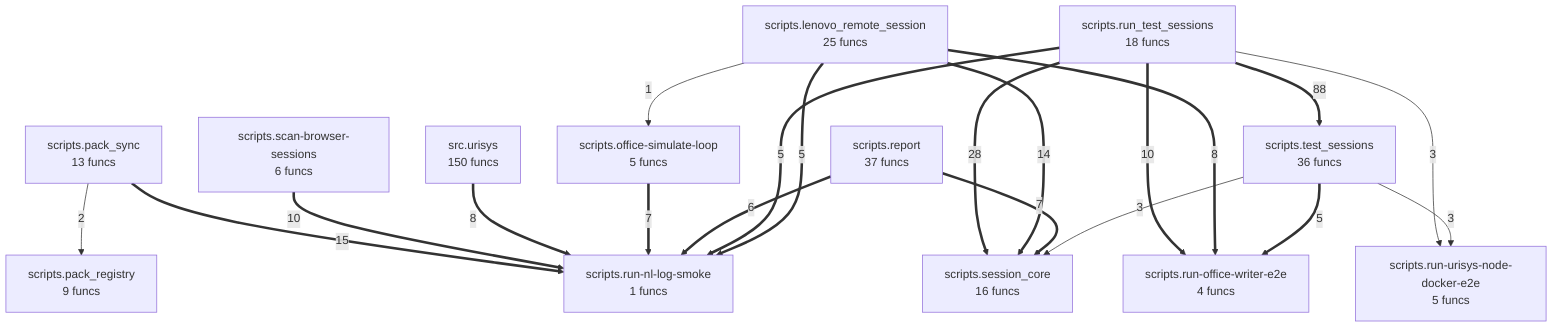
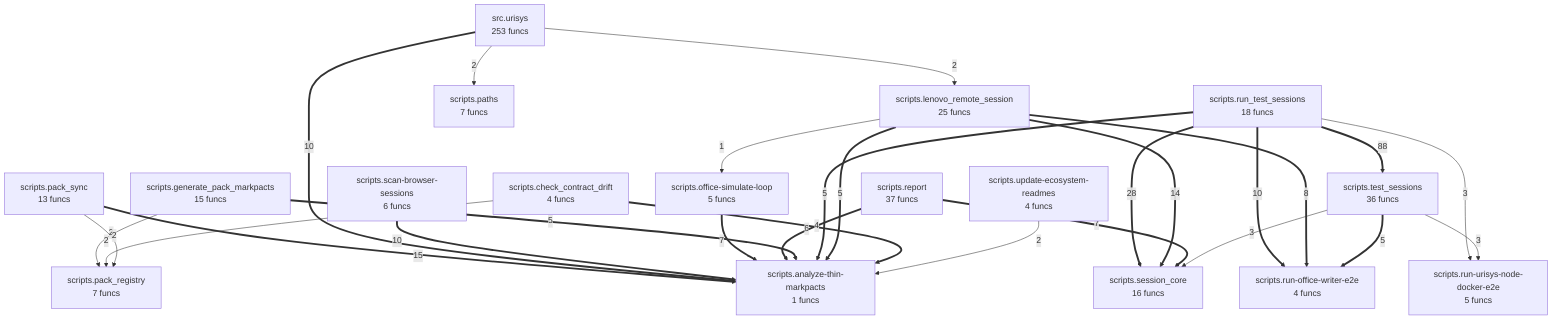
flowchart TD
- %% generated in 0.01s
+ %% generated in 0.02s
+     scripts__analyze_thin_markpacts["scripts.analyze-thin-markpacts<br/>1 funcs"]
+     scripts__check_contract_drift["scripts.check_contract_drift<br/>4 funcs"]
+     scripts__generate_pack_markpacts["scripts.generate_pack_markpacts<br/>15 funcs"]
    scripts__lenovo_remote_session["scripts.lenovo_remote_session<br/>25 funcs"]
    scripts__office_simulate_loop["scripts.office-simulate-loop<br/>5 funcs"]
-     scripts__pack_registry["scripts.pack_registry<br/>9 funcs"]
+     scripts__pack_registry["scripts.pack_registry<br/>7 funcs"]
    scripts__pack_sync["scripts.pack_sync<br/>13 funcs"]
+     scripts__paths["scripts.paths<br/>7 funcs"]
    scripts__report["scripts.report<br/>37 funcs"]
-     scripts__run_nl_log_smoke["scripts.run-nl-log-smoke<br/>1 funcs"]
    scripts__run_office_writer_e2e["scripts.run-office-writer-e2e<br/>4 funcs"]
    scripts__run_urisys_node_docker_e2e["scripts.run-urisys-node-docker-e2e<br/>5 funcs"]
    scripts__run_test_sessions["scripts.run_test_sessions<br/>18 funcs"]
    scripts__scan_browser_sessions["scripts.scan-browser-sessions<br/>6 funcs"]
    scripts__session_core["scripts.session_core<br/>16 funcs"]
    scripts__test_sessions["scripts.test_sessions<br/>36 funcs"]
-     src__urisys["src.urisys<br/>150 funcs"]
+     scripts__update_ecosystem_readmes["scripts.update-ecosystem-readmes<br/>4 funcs"]
+     src__urisys["src.urisys<br/>253 funcs"]
    scripts__run_test_sessions ==>|88| scripts__test_sessions
    scripts__run_test_sessions ==>|28| scripts__session_core
-     scripts__pack_sync ==>|15| scripts__run_nl_log_smoke
+     scripts__pack_sync ==>|15| scripts__analyze_thin_markpacts
    scripts__lenovo_remote_session ==>|14| scripts__session_core
-     scripts__scan_browser_sessions ==>|10| scripts__run_nl_log_smoke
+     src__urisys ==>|10| scripts__analyze_thin_markpacts
+     scripts__scan_browser_sessions ==>|10| scripts__analyze_thin_markpacts
    scripts__run_test_sessions ==>|10| scripts__run_office_writer_e2e
-     src__urisys ==>|8| scripts__run_nl_log_smoke
    scripts__lenovo_remote_session ==>|8| scripts__run_office_writer_e2e
-     scripts__office_simulate_loop ==>|7| scripts__run_nl_log_smoke
+     scripts__office_simulate_loop ==>|7| scripts__analyze_thin_markpacts
    scripts__report ==>|7| scripts__session_core
-     scripts__report ==>|6| scripts__run_nl_log_smoke
-     scripts__run_test_sessions ==>|5| scripts__run_nl_log_smoke
-     scripts__lenovo_remote_session ==>|5| scripts__run_nl_log_smoke
+     scripts__report ==>|6| scripts__analyze_thin_markpacts
+     scripts__generate_pack_markpacts ==>|5| scripts__analyze_thin_markpacts
+     scripts__run_test_sessions ==>|5| scripts__analyze_thin_markpacts
+     scripts__lenovo_remote_session ==>|5| scripts__analyze_thin_markpacts
    scripts__test_sessions ==>|5| scripts__run_office_writer_e2e
+     scripts__check_contract_drift ==>|4| scripts__analyze_thin_markpacts
    scripts__run_test_sessions -->|3| scripts__run_urisys_node_docker_e2e
    scripts__test_sessions -->|3| scripts__run_urisys_node_docker_e2e
    scripts__test_sessions -->|3| scripts__session_core
+     src__urisys -->|2| scripts__lenovo_remote_session
+     scripts__generate_pack_markpacts -->|2| scripts__pack_registry
+     scripts__check_contract_drift -->|2| scripts__pack_registry
+     scripts__update_ecosystem_readmes -->|2| scripts__analyze_thin_markpacts
    scripts__pack_sync -->|2| scripts__pack_registry
+     src__urisys -->|2| scripts__paths
    scripts__lenovo_remote_session -->|1| scripts__office_simulate_loop
